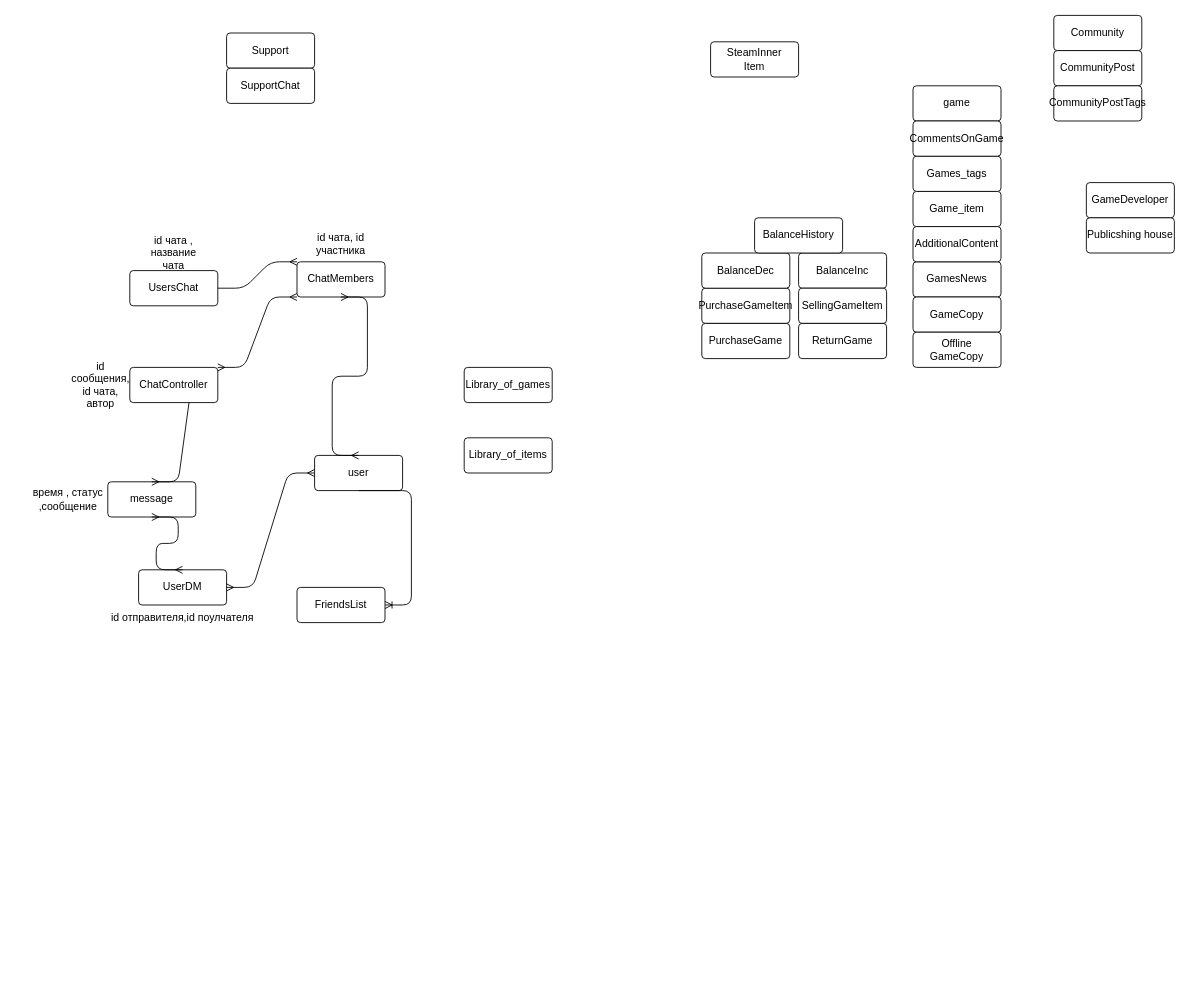
Earlier version of the draw.io diagram Untitled Diagram.drawio (zanzydnd/DBGROUP-11.905). Source tidied: cells renumbered, new cells numbered last; positions are measured from the earlier drawing's top-left corner, leaving out a move shared by most shapes. Both pictures are drawn from the tidied source at 88%, with x=0, y=0 at pixel (15, 15).
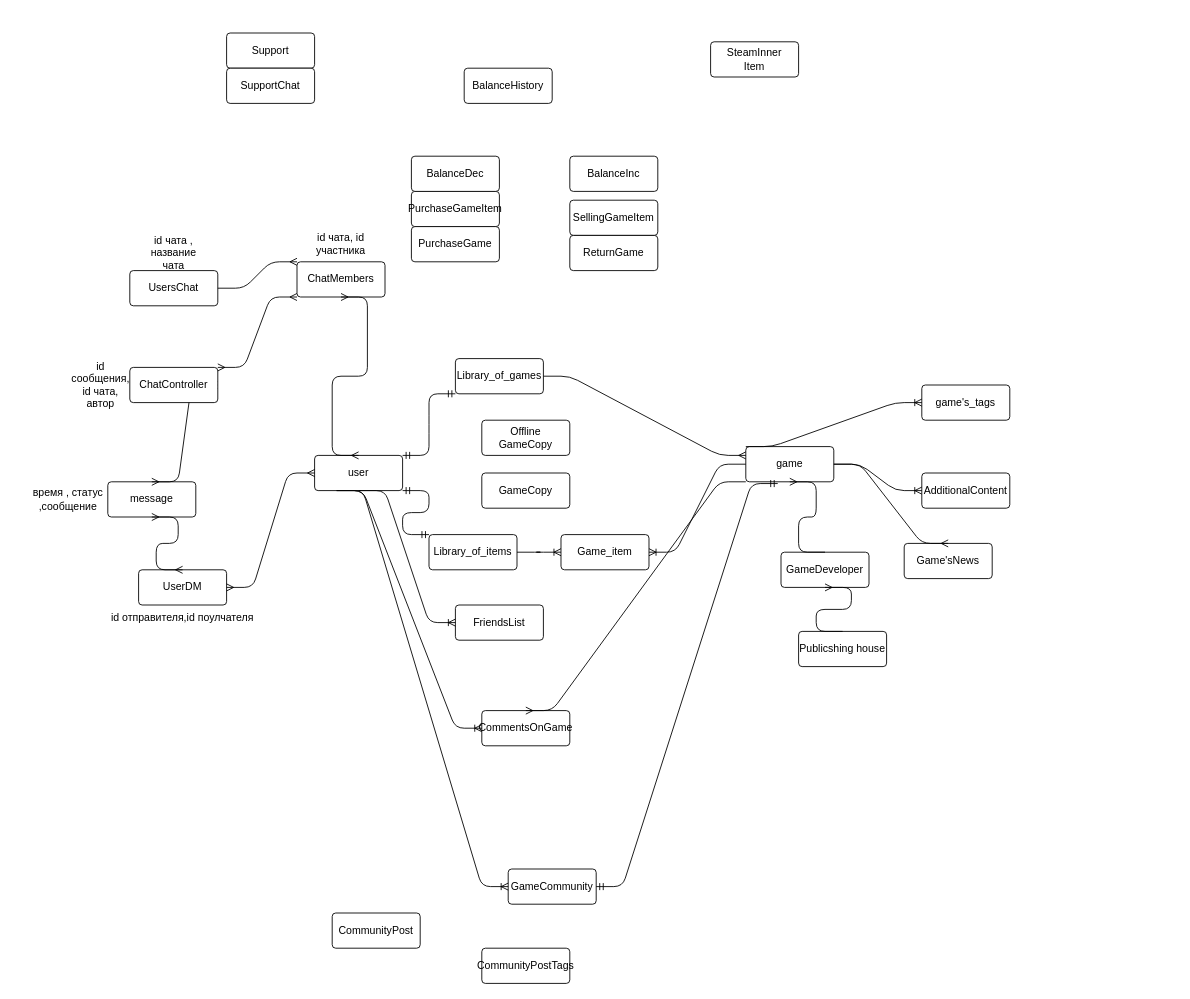
The same page after the edit.

The change refers to these unchanged cells:
```xml
<mxCell id="2" value="user" style="rounded=1;arcSize=10;whiteSpace=wrap;html=1;align=center;" parent="1" vertex="1">
  <mxGeometry x="340" y="500" width="100" height="40" as="geometry" />
</mxCell>
```

Change to the diagram source:
```diff
@@
     <mxCell id="3" value="game&lt;br&gt;" style="rounded=1;arcSize=10;whiteSpace=wrap;html=1;align=center;" parent="1" vertex="1">
-      <mxGeometry x="1020" y="80" width="100" height="40" as="geometry" />
+      <mxGeometry x="830" y="490" width="100" height="40" as="geometry" />
     </mxCell>
     <mxCell id="4" value="Game_item&lt;br&gt;" style="rounded=1;arcSize=10;whiteSpace=wrap;html=1;align=center;" parent="1" vertex="1">
-      <mxGeometry x="1020" y="200" width="100" height="40" as="geometry" />
+      <mxGeometry x="620" y="590" width="100" height="40" as="geometry" />
     </mxCell>
     <mxCell id="5" value="Library_of_games&lt;br&gt;" style="rounded=1;arcSize=10;whiteSpace=wrap;html=1;align=center;" parent="1" vertex="1">
-      <mxGeometry x="510" y="400" width="100" height="40" as="geometry" />
+      <mxGeometry x="500" y="390" width="100" height="40" as="geometry" />
     </mxCell>
     <mxCell id="6" value="Library_of_items" style="rounded=1;arcSize=10;whiteSpace=wrap;html=1;align=center;" parent="1" vertex="1">
-      <mxGeometry x="510" y="480" width="100" height="40" as="geometry" />
+      <mxGeometry x="470" y="590" width="100" height="40" as="geometry" />
     </mxCell>
@@
-    <mxCell id="9" value="Community&lt;br&gt;" style="rounded=1;arcSize=10;whiteSpace=wrap;html=1;align=center;" parent="1" vertex="1">
-      <mxGeometry x="1180" width="100" height="40" as="geometry" />
+    <mxCell id="9" value="GameCommunity" style="rounded=1;arcSize=10;whiteSpace=wrap;html=1;align=center;" parent="1" vertex="1">
+      <mxGeometry x="560" y="970" width="100" height="40" as="geometry" />
     </mxCell>
     <mxCell id="10" value="FriendsList&lt;br&gt;" style="rounded=1;arcSize=10;whiteSpace=wrap;html=1;align=center;" parent="1" vertex="1">
-      <mxGeometry x="320" y="650" width="100" height="40" as="geometry" />
+      <mxGeometry x="500" y="670" width="100" height="40" as="geometry" />
     </mxCell>
-    <mxCell id="11" value="Games_tags&lt;br&gt;" style="rounded=1;arcSize=10;whiteSpace=wrap;html=1;align=center;" parent="1" vertex="1">
-      <mxGeometry x="1020" y="160" width="100" height="40" as="geometry" />
-    </mxCell>
@@
     <mxCell id="15" value="CommentsOnGame&lt;br&gt;" style="rounded=1;arcSize=10;whiteSpace=wrap;html=1;align=center;" parent="1" vertex="1">
-      <mxGeometry x="1020" y="120" width="100" height="40" as="geometry" />
+      <mxGeometry x="530" y="790" width="100" height="40" as="geometry" />
     </mxCell>
-    <mxCell id="16" value="GamesNews" style="rounded=1;arcSize=10;whiteSpace=wrap;html=1;align=center;" parent="1" vertex="1">
-      <mxGeometry x="1020" y="280" width="100" height="40" as="geometry" />
+    <mxCell id="16" value="Game'sNews" style="rounded=1;arcSize=10;whiteSpace=wrap;html=1;align=center;" parent="1" vertex="1">
+      <mxGeometry x="1010" y="600" width="100" height="40" as="geometry" />
     </mxCell>
     <mxCell id="17" value="AdditionalContent" style="rounded=1;arcSize=10;whiteSpace=wrap;html=1;align=center;" parent="1" vertex="1">
-      <mxGeometry x="1020" y="240" width="100" height="40" as="geometry" />
+      <mxGeometry x="1030" y="520" width="100" height="40" as="geometry" />
     </mxCell>
     <mxCell id="18" value="CommunityPost" style="rounded=1;arcSize=10;whiteSpace=wrap;html=1;align=center;" parent="1" vertex="1">
-      <mxGeometry x="1180" y="40" width="100" height="40" as="geometry" />
+      <mxGeometry x="360" y="1020" width="100" height="40" as="geometry" />
     </mxCell>
     <mxCell id="19" value="CommunityPostTags&lt;br&gt;" style="rounded=1;arcSize=10;whiteSpace=wrap;html=1;align=center;" parent="1" vertex="1">
-      <mxGeometry x="1180" y="80" width="100" height="40" as="geometry" />
+      <mxGeometry x="530" y="1060" width="100" height="40" as="geometry" />
     </mxCell>
     <mxCell id="20" value="GameCopy" style="rounded=1;arcSize=10;whiteSpace=wrap;html=1;align=center;" parent="1" vertex="1">
-      <mxGeometry x="1020" y="320" width="100" height="40" as="geometry" />
+      <mxGeometry x="530" y="520" width="100" height="40" as="geometry" />
     </mxCell>
     <mxCell id="21" value="Offline&lt;br&gt;GameCopy" style="rounded=1;arcSize=10;whiteSpace=wrap;html=1;align=center;" parent="1" vertex="1">
-      <mxGeometry x="1020" y="360" width="100" height="40" as="geometry" />
+      <mxGeometry x="530" y="460" width="100" height="40" as="geometry" />
     </mxCell>
     <mxCell id="22" value="PurchaseGameItem" style="rounded=1;arcSize=10;whiteSpace=wrap;html=1;align=center;" parent="1" vertex="1">
-      <mxGeometry x="780" y="310" width="100" height="40" as="geometry" />
+      <mxGeometry x="450" y="200" width="100" height="40" as="geometry" />
     </mxCell>
     <mxCell id="23" value="PurchaseGame&lt;br&gt;" style="rounded=1;arcSize=10;whiteSpace=wrap;html=1;align=center;" parent="1" vertex="1">
-      <mxGeometry x="780" y="350" width="100" height="40" as="geometry" />
+      <mxGeometry x="450" y="240" width="100" height="40" as="geometry" />
     </mxCell>
     <mxCell id="24" value="BalanceDec" style="rounded=1;arcSize=10;whiteSpace=wrap;html=1;align=center;" parent="1" vertex="1">
-      <mxGeometry x="780" y="270" width="100" height="40" as="geometry" />
+      <mxGeometry x="450" y="160" width="100" height="40" as="geometry" />
     </mxCell>
     <mxCell id="25" value="BalanceInc" style="rounded=1;arcSize=10;whiteSpace=wrap;html=1;align=center;" parent="1" vertex="1">
-      <mxGeometry x="890" y="270" width="100" height="40" as="geometry" />
+      <mxGeometry x="630" y="160" width="100" height="40" as="geometry" />
     </mxCell>
     <mxCell id="26" value="SellingGameItem" style="rounded=1;arcSize=10;whiteSpace=wrap;html=1;align=center;" parent="1" vertex="1">
-      <mxGeometry x="890" y="310" width="100" height="40" as="geometry" />
+      <mxGeometry x="630" y="210" width="100" height="40" as="geometry" />
     </mxCell>
     <mxCell id="27" value="ReturnGame&lt;br&gt;" style="rounded=1;arcSize=10;whiteSpace=wrap;html=1;align=center;" parent="1" vertex="1">
-      <mxGeometry x="890" y="350" width="100" height="40" as="geometry" />
+      <mxGeometry x="630" y="250" width="100" height="40" as="geometry" />
     </mxCell>
     <mxCell id="28" value="GameDeveloper&lt;br&gt;" style="rounded=1;arcSize=10;whiteSpace=wrap;html=1;align=center;" parent="1" vertex="1">
-      <mxGeometry x="1217" y="190" width="100" height="40" as="geometry" />
+      <mxGeometry x="870" y="610" width="100" height="40" as="geometry" />
     </mxCell>
     <mxCell id="29" value="Publicshing house" style="rounded=1;arcSize=10;whiteSpace=wrap;html=1;align=center;" parent="1" vertex="1">
-      <mxGeometry x="1217" y="230" width="100" height="40" as="geometry" />
+      <mxGeometry x="890" y="700" width="100" height="40" as="geometry" />
     </mxCell>
     <mxCell id="30" value="BalanceHistory" style="rounded=1;arcSize=10;whiteSpace=wrap;html=1;align=center;" parent="1" vertex="1">
-      <mxGeometry x="840" y="230" width="100" height="40" as="geometry" />
+      <mxGeometry x="510" y="60" width="100" height="40" as="geometry" />
     </mxCell>
@@
+    <mxCell id="47" style="edgeStyle=entityRelationEdgeStyle;fontSize=12;html=1;endArrow=ERmandOne;startArrow=ERmandOne;entryX=0;entryY=1;entryDx=0;entryDy=0;exitX=1;exitY=0;exitDx=0;exitDy=0;" parent="1" edge="1" source="2" target="5">
+      <mxGeometry relative="1" as="geometry" />
+    </mxCell>
+    <mxCell id="48" style="edgeStyle=entityRelationEdgeStyle;fontSize=12;html=1;endArrow=ERmandOne;startArrow=ERmandOne;entryX=1;entryY=1;entryDx=0;entryDy=0;exitX=0;exitY=0;exitDx=0;exitDy=0;" parent="1" edge="1" source="6" target="2">
+      <mxGeometry relative="1" as="geometry" />
+    </mxCell>
+    <mxCell id="49" style="edgeStyle=entityRelationEdgeStyle;fontSize=12;html=1;endArrow=ERoneToMany;entryX=1;entryY=0.5;entryDx=0;entryDy=0;exitX=0;exitY=0.5;exitDx=0;exitDy=0;" parent="1" edge="1" source="3" target="4">
+      <mxGeometry relative="1" as="geometry" />
+    </mxCell>
+    <mxCell id="50" style="edgeStyle=entityRelationEdgeStyle;fontSize=12;html=1;endArrow=ERoneToMany;entryX=0;entryY=0.5;entryDx=0;entryDy=0;exitX=1;exitY=0.5;exitDx=0;exitDy=0;" parent="1" edge="1" source="6" target="4">
+      <mxGeometry relative="1" as="geometry" />
+    </mxCell>
+    <mxCell id="51" style="edgeStyle=entityRelationEdgeStyle;fontSize=12;html=1;endArrow=ERmany;exitX=1;exitY=0.5;exitDx=0;exitDy=0;entryX=0.5;entryY=0;entryDx=0;entryDy=0;" parent="1" edge="1" source="3" target="16">
+      <mxGeometry relative="1" as="geometry" />
+    </mxCell>
+    <mxCell id="52" style="edgeStyle=entityRelationEdgeStyle;fontSize=12;html=1;endArrow=ERoneToMany;entryX=0;entryY=0.5;entryDx=0;entryDy=0;exitX=1;exitY=0.5;exitDx=0;exitDy=0;" parent="1" edge="1" source="3" target="17">
+      <mxGeometry relative="1" as="geometry" />
+    </mxCell>
+    <mxCell id="53" value="game's_tags" style="rounded=1;arcSize=10;whiteSpace=wrap;html=1;align=center;" parent="1" vertex="1">
+      <mxGeometry x="1030" y="420" width="100" height="40" as="geometry" />
+    </mxCell>
+    <mxCell id="54" style="edgeStyle=entityRelationEdgeStyle;fontSize=12;html=1;endArrow=ERoneToMany;exitX=0;exitY=0;exitDx=0;exitDy=0;entryX=0;entryY=0.5;entryDx=0;entryDy=0;" parent="1" edge="1" source="3" target="53">
+      <mxGeometry relative="1" as="geometry" />
+    </mxCell>
+    <mxCell id="55" style="edgeStyle=entityRelationEdgeStyle;fontSize=12;html=1;endArrow=ERmany;exitX=0;exitY=1;exitDx=0;exitDy=0;entryX=0.5;entryY=0;entryDx=0;entryDy=0;" parent="1" edge="1" source="3" target="15">
+      <mxGeometry relative="1" as="geometry" />
+    </mxCell>
+    <mxCell id="56" style="edgeStyle=entityRelationEdgeStyle;fontSize=12;html=1;endArrow=ERoneToMany;entryX=0;entryY=0.5;entryDx=0;entryDy=0;exitX=0.25;exitY=1;exitDx=0;exitDy=0;" parent="1" edge="1" source="2" target="15">
+      <mxGeometry relative="1" as="geometry" />
+    </mxCell>
+    <mxCell id="57" style="edgeStyle=entityRelationEdgeStyle;fontSize=12;html=1;endArrow=ERmany;exitX=1;exitY=0.5;exitDx=0;exitDy=0;entryX=0;entryY=0.25;entryDx=0;entryDy=0;" parent="1" edge="1" source="5" target="3">
+      <mxGeometry relative="1" as="geometry" />
+    </mxCell>
+    <mxCell id="58" style="edgeStyle=entityRelationEdgeStyle;fontSize=12;html=1;endArrow=ERmany;exitX=0.5;exitY=0;exitDx=0;exitDy=0;entryX=0.5;entryY=1;entryDx=0;entryDy=0;" parent="1" edge="1" source="29" target="28">
+      <mxGeometry relative="1" as="geometry" />
+    </mxCell>
+    <mxCell id="59" style="edgeStyle=entityRelationEdgeStyle;fontSize=12;html=1;endArrow=ERmany;exitX=0.5;exitY=0;exitDx=0;exitDy=0;entryX=0.5;entryY=1;entryDx=0;entryDy=0;" parent="1" edge="1" source="28" target="3">
+      <mxGeometry relative="1" as="geometry" />
+    </mxCell>
+    <mxCell id="60" style="edgeStyle=entityRelationEdgeStyle;fontSize=12;html=1;endArrow=ERmandOne;startArrow=ERmandOne;exitX=1;exitY=0.5;exitDx=0;exitDy=0;entryX=0.363;entryY=1.05;entryDx=0;entryDy=0;entryPerimeter=0;" parent="1" edge="1" source="9" target="3">
+      <mxGeometry relative="1" as="geometry" />
+    </mxCell>
+    <mxCell id="61" style="edgeStyle=entityRelationEdgeStyle;fontSize=12;html=1;endArrow=ERoneToMany;exitX=0.25;exitY=1;exitDx=0;exitDy=0;entryX=0;entryY=0.5;entryDx=0;entryDy=0;" parent="1" edge="1" source="2" target="9">
+      <mxGeometry relative="1" as="geometry" />
+    </mxCell>
```
